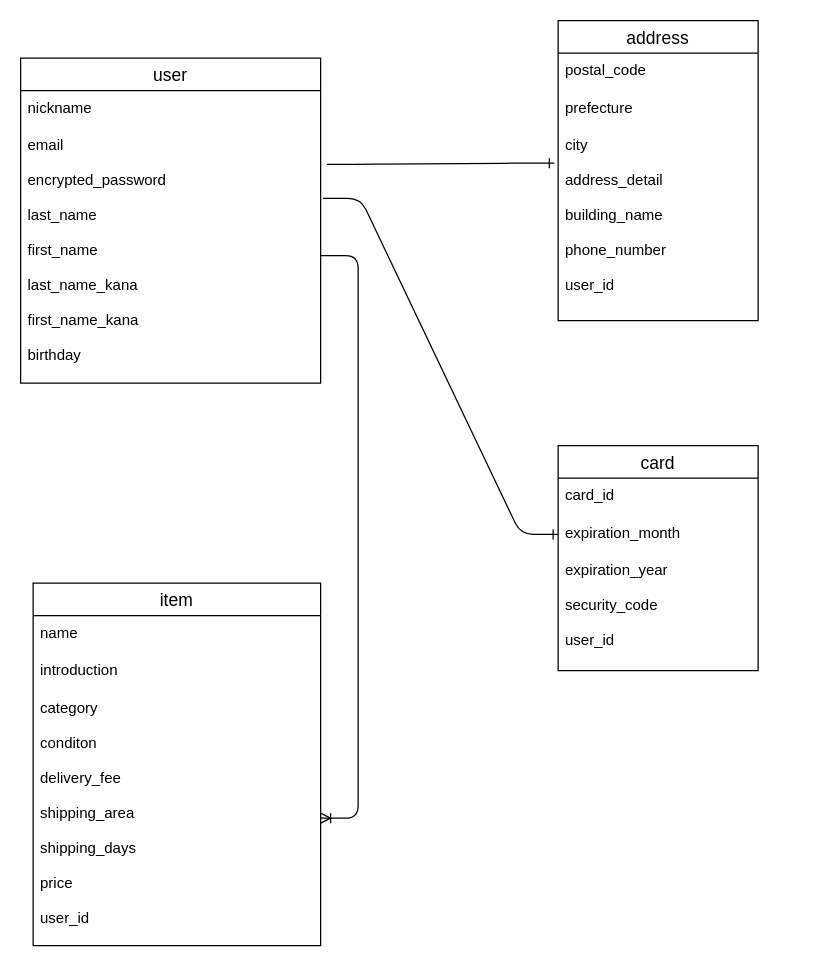
The draw.io diagram ER.dio in motsu3/furima-36183, before the edit. Source tidied: cells renumbered, new cells numbered last; positions are measured from the earlier drawing's top-left corner, leaving out a move shared by most shapes. Both pictures are drawn from the tidied source at 125%, with x=0, y=0 at pixel (20, 20).
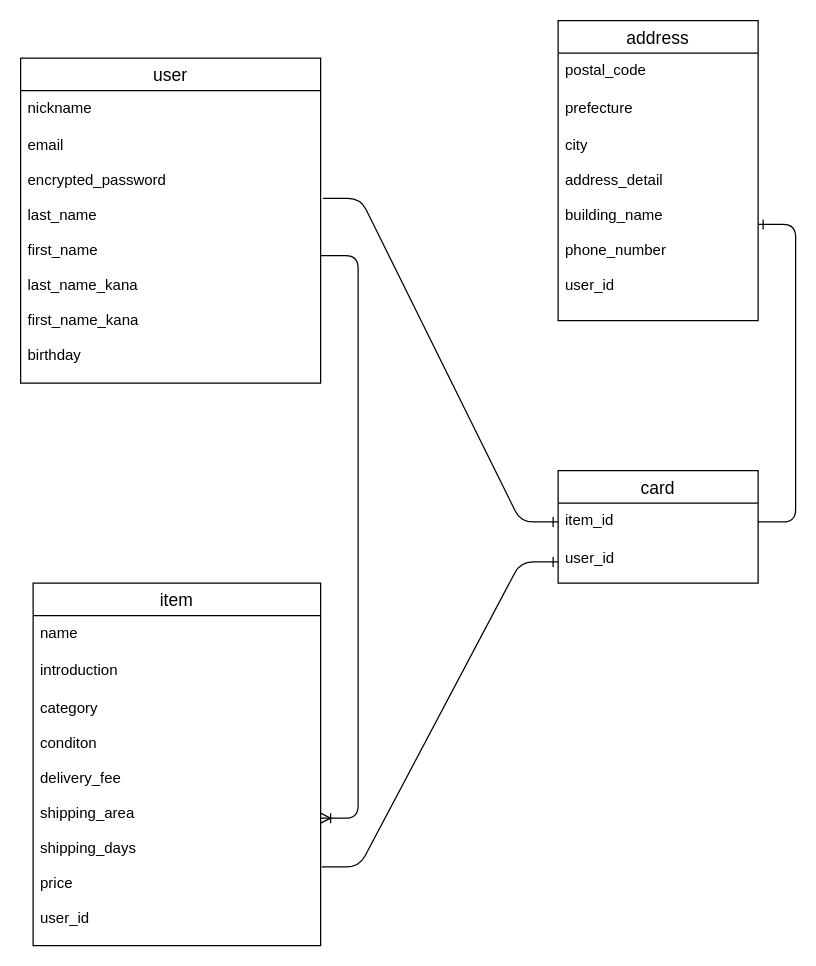
Above is the later version.

Commit message (it also covers changes not shown here):
DB設計の修正

Diff of the diagram source:
```diff
@@
 <mxGraphModel>
   <root>
     <mxCell id="0" />
     <mxCell id="1" parent="0" />
     <mxCell id="2" value="user" style="swimlane;fontStyle=0;horizontal=1;startSize=26;align=center;fontSize=14;" parent="1" vertex="1">
       <mxGeometry y="30" width="240" height="260" as="geometry" />
     </mxCell>
     <mxCell id="3" value="nickname&#10;&#10;&#10;" style="text;strokeColor=none;fillColor=none;spacingLeft=4;spacingRight=4;overflow=hidden;fontSize=12;" parent="2" vertex="1">
       <mxGeometry y="26" width="240" height="30" as="geometry" />
     </mxCell>
     <mxCell id="4" value="email&#10;&#10;encrypted_password&#10;&#10;last_name&#10;&#10;first_name&#10;&#10;last_name_kana&#10;&#10;first_name_kana&#10;&#10;birthday&#10;&#10;" style="text;strokeColor=none;fillColor=none;spacingLeft=4;spacingRight=4;overflow=hidden;points=[[0,0.5],[1,0.5]];portConstraint=eastwest;fontSize=12;" parent="2" vertex="1">
       <mxGeometry y="56" width="240" height="204" as="geometry" />
     </mxCell>
     <mxCell id="5" value="item" style="swimlane;fontStyle=0;horizontal=1;startSize=26;align=center;fontSize=14;" parent="1" vertex="1">
       <mxGeometry x="10" y="450" width="230" height="290" as="geometry" />
     </mxCell>
     <mxCell id="6" value="name&#10;&#10;" style="text;strokeColor=none;fillColor=none;spacingLeft=4;spacingRight=4;overflow=hidden;fontSize=12;" parent="5" vertex="1">
       <mxGeometry y="26" width="230" height="30" as="geometry" />
     </mxCell>
     <mxCell id="7" value="introduction" style="text;strokeColor=none;fillColor=none;spacingLeft=4;spacingRight=4;overflow=hidden;fontSize=12;" parent="5" vertex="1">
       <mxGeometry y="56" width="230" height="30" as="geometry" />
     </mxCell>
     <mxCell id="8" value="category&#10;&#10;conditon&#10;&#10;delivery_fee&#10;&#10;shipping_area&#10;&#10;shipping_days&#10;&#10;price&#10;&#10;user_id" style="text;strokeColor=none;fillColor=none;spacingLeft=4;spacingRight=4;overflow=hidden;points=[[0,0.5],[1,0.5]];portConstraint=eastwest;fontSize=12;" parent="5" vertex="1">
       <mxGeometry y="86" width="230" height="204" as="geometry" />
     </mxCell>
     <mxCell id="9" style="edgeStyle=entityRelationEdgeStyle;fontSize=12;html=1;endArrow=ERoneToMany;" parent="1" edge="1" source="4" target="8">
       <mxGeometry relative="1" as="geometry" />
     </mxCell>
     <mxCell id="10" value="address" style="swimlane;fontStyle=0;horizontal=1;startSize=26;align=center;fontSize=14;" parent="1" vertex="1">
       <mxGeometry x="430" width="160" height="240" as="geometry" />
     </mxCell>
     <mxCell id="11" value="postal_code" style="text;strokeColor=none;fillColor=none;spacingLeft=4;spacingRight=4;overflow=hidden;fontSize=12;" parent="10" vertex="1">
       <mxGeometry y="26" width="160" height="30" as="geometry" />
     </mxCell>
     <mxCell id="12" value="prefecture" style="text;strokeColor=none;fillColor=none;spacingLeft=4;spacingRight=4;overflow=hidden;fontSize=12;" parent="10" vertex="1">
       <mxGeometry y="56" width="160" height="30" as="geometry" />
     </mxCell>
     <mxCell id="13" value="city&#10;&#10;address_detail&#10;&#10;building_name&#10;&#10;phone_number&#10;&#10;user_id&#10;" style="text;strokeColor=none;fillColor=none;spacingLeft=4;spacingRight=4;overflow=hidden;points=[[0,0.5],[1,0.5]];portConstraint=eastwest;fontSize=12;" parent="10" vertex="1">
       <mxGeometry y="86" width="160" height="154" as="geometry" />
     </mxCell>
     <mxCell id="14" value="card" style="swimlane;fontStyle=0;horizontal=1;startSize=26;align=center;fontSize=14;" parent="1" vertex="1">
-      <mxGeometry x="430" y="340" width="160" height="180" as="geometry" />
+      <mxGeometry x="430" y="360" width="160" height="90" as="geometry" />
     </mxCell>
-    <mxCell id="15" value="card_id" style="text;strokeColor=none;fillColor=none;spacingLeft=4;spacingRight=4;overflow=hidden;points=[[0,0.5],[1,0.5]];portConstraint=eastwest;fontSize=12;" parent="14" vertex="1">
+    <mxCell id="15" value="item_id" style="text;strokeColor=none;fillColor=none;spacingLeft=4;spacingRight=4;overflow=hidden;points=[[0,0.5],[1,0.5]];portConstraint=eastwest;fontSize=12;" parent="14" vertex="1">
       <mxGeometry y="26" width="160" height="30" as="geometry" />
     </mxCell>
-    <mxCell id="16" value="expiration_month" style="text;strokeColor=none;fillColor=none;spacingLeft=4;spacingRight=4;overflow=hidden;points=[[0,0.5],[1,0.5]];portConstraint=eastwest;fontSize=12;" parent="14" vertex="1">
-      <mxGeometry y="56" width="160" height="30" as="geometry" />
-    </mxCell>
-    <mxCell id="17" value="expiration_year&#10;&#10;security_code&#10;&#10;user_id" style="text;strokeColor=none;fillColor=none;spacingLeft=4;spacingRight=4;overflow=hidden;points=[[0,0.5],[1,0.5]];portConstraint=eastwest;fontSize=12;" parent="14" vertex="1">
-      <mxGeometry y="86" width="160" height="94" as="geometry" />
+    <mxCell id="17" value="user_id" style="text;strokeColor=none;fillColor=none;spacingLeft=4;spacingRight=4;overflow=hidden;points=[[0,0.5],[1,0.5]];portConstraint=eastwest;fontSize=12;" parent="14" vertex="1">
+      <mxGeometry y="56" width="160" height="34" as="geometry" />
     </mxCell>
-    <mxCell id="18" style="edgeStyle=entityRelationEdgeStyle;fontSize=12;html=1;endArrow=ERone;endFill=1;exitX=1.021;exitY=0.142;exitDx=0;exitDy=0;exitPerimeter=0;entryX=-0.019;entryY=0.182;entryDx=0;entryDy=0;entryPerimeter=0;" parent="1" edge="1" source="4" target="13">
+    <mxCell id="18" style="edgeStyle=entityRelationEdgeStyle;fontSize=12;html=1;endArrow=ERone;endFill=1;exitX=1;exitY=0.5;exitDx=0;exitDy=0;" parent="1" edge="1" source="15" target="13">
       <mxGeometry relative="1" as="geometry" />
     </mxCell>
-    <mxCell id="19" style="edgeStyle=entityRelationEdgeStyle;fontSize=12;html=1;endArrow=ERone;endFill=1;entryX=0;entryY=0.5;entryDx=0;entryDy=0;exitX=1.008;exitY=0.275;exitDx=0;exitDy=0;exitPerimeter=0;" parent="1" edge="1" source="4" target="16">
+    <mxCell id="19" style="edgeStyle=entityRelationEdgeStyle;fontSize=12;html=1;endArrow=ERone;endFill=1;entryX=0;entryY=0.5;entryDx=0;entryDy=0;exitX=1.008;exitY=0.275;exitDx=0;exitDy=0;exitPerimeter=0;" parent="1" edge="1" source="4" target="15">
       <mxGeometry relative="1" as="geometry" />
     </mxCell>
+    <mxCell id="20" style="edgeStyle=entityRelationEdgeStyle;fontSize=12;html=1;endArrow=ERone;endFill=1;exitX=1.004;exitY=0.691;exitDx=0;exitDy=0;exitPerimeter=0;entryX=0;entryY=0.5;entryDx=0;entryDy=0;" parent="1" edge="1" source="8" target="17">
+      <mxGeometry relative="1" as="geometry" />
+    </mxCell>
   </root>
 </mxGraphModel>
```
